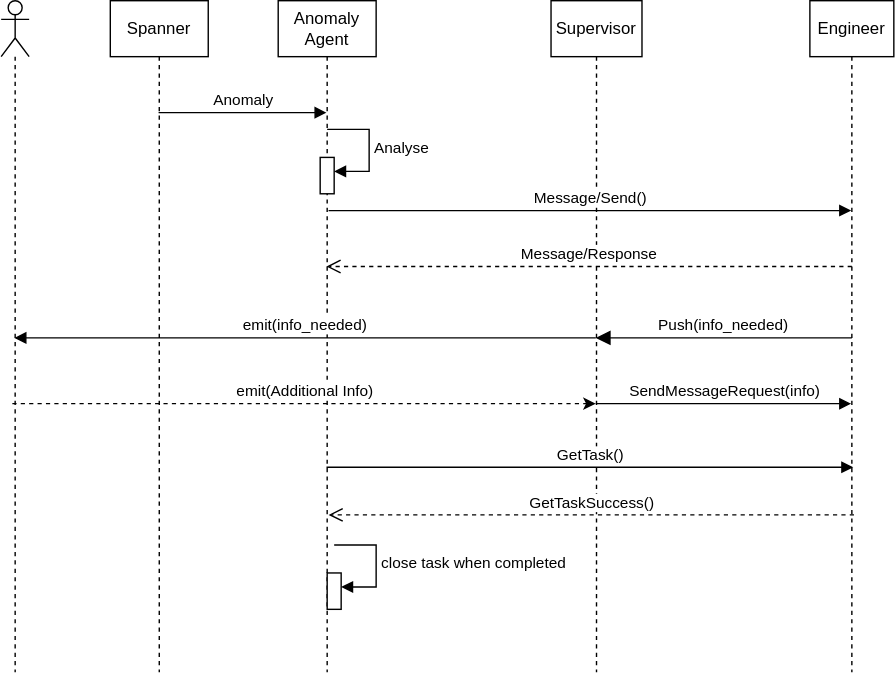
Above: drawings/agent/background-sequence.drawio.svg in LeegenSteven/NetworkAgent-dev (draw.io), before the change. Source tidied: cells renumbered, new cells last; positions are measured from the earlier drawing's top-left corner, leaving out a move shared by most shapes.
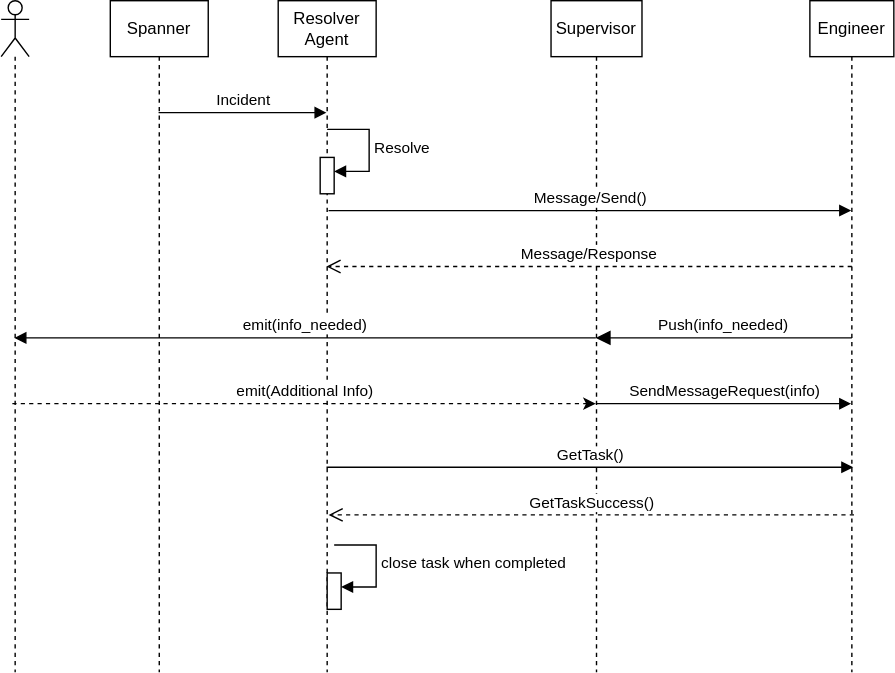
The same diagram one commit later.

What changed in the source:
```diff
@@ -2,7 +2,7 @@
   <root>
     <mxCell id="0" />
     <mxCell id="1" parent="0" />
-    <mxCell id="2" value="Anomaly Agent" style="shape=umlLifeline;perimeter=lifelinePerimeter;whiteSpace=wrap;html=1;outlineConnect=0;portConstraint=eastwest;newEdgeStyle={&quot;curved&quot;:0,&quot;rounded&quot;:0};" parent="1" vertex="1">
+    <mxCell id="2" value="Resolver Agent" style="shape=umlLifeline;perimeter=lifelinePerimeter;whiteSpace=wrap;html=1;outlineConnect=0;portConstraint=eastwest;newEdgeStyle={&quot;curved&quot;:0,&quot;rounded&quot;:0};" parent="1" vertex="1">
       <mxGeometry x="198" width="70" height="480" as="geometry" />
     </mxCell>
     <mxCell id="3" style="html=1;points=[[0,0,0,0,5],[0,1,0,0,-5],[1,0,0,0,5],[1,1,0,0,-5]];perimeter=orthogonalPerimeter;outlineConnect=0;targetShapes=umlLifeline;portConstraint=eastwest;newEdgeStyle={&quot;curved&quot;:0,&quot;rounded&quot;:0};" parent="2" vertex="1">
@@ -19,7 +19,7 @@
     <mxCell id="5" style="html=1;points=[[0,0,0,0,5],[0,1,0,0,-5],[1,0,0,0,5],[1,1,0,0,-5]];perimeter=orthogonalPerimeter;outlineConnect=0;targetShapes=umlLifeline;portConstraint=eastwest;newEdgeStyle={&quot;curved&quot;:0,&quot;rounded&quot;:0};" parent="2" vertex="1">
       <mxGeometry x="30" y="112" width="10" height="26" as="geometry" />
     </mxCell>
-    <mxCell id="6" value="Analyse" style="html=1;align=left;spacingLeft=2;endArrow=block;rounded=0;edgeStyle=orthogonalEdgeStyle;curved=0;rounded=0;" parent="2" edge="1" target="5">
+    <mxCell id="6" value="Resolve" style="html=1;align=left;spacingLeft=2;endArrow=block;rounded=0;edgeStyle=orthogonalEdgeStyle;curved=0;rounded=0;" parent="2" edge="1" target="5">
       <mxGeometry relative="1" as="geometry">
         <mxPoint x="35" y="92" as="sourcePoint" />
         <Array as="points">
@@ -30,7 +30,7 @@
     <mxCell id="7" style="shape=umlLifeline;perimeter=lifelinePerimeter;whiteSpace=wrap;html=1;newEdgeStyle={&quot;curved&quot;:0,&quot;rounded&quot;:0};participant=umlActor;" parent="1" vertex="1">
       <mxGeometry width="20" height="480" as="geometry" />
     </mxCell>
-    <mxCell id="8" value="Anomaly" style="html=1;verticalAlign=bottom;endArrow=block;curved=0;rounded=0;" parent="1" edge="1" source="14" target="2">
+    <mxCell id="8" value="Incident" style="html=1;verticalAlign=bottom;endArrow=block;curved=0;rounded=0;" parent="1" edge="1" source="14" target="2">
       <mxGeometry relative="1" as="geometry">
         <Array as="points">
           <mxPoint x="198" y="80" />
```
